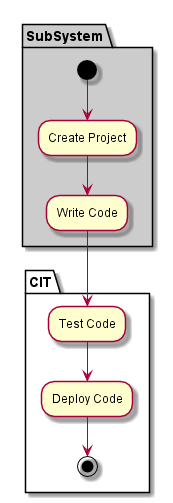
The PlantUML diagram docs/Solution/Trust-Manager/Process.png in CAADE/CloudLet, before a commit. Its diagram source:
```plantuml
@startuml

partition "CIT" {

}

partition SubSystem  #cccccc {
  (*) --> "Create Project"
  --> "Write Code"
}

partition "CIT" {
  "Write Code" --> "Test Code"
  "Test Code" --> "Deploy Code"
  "Deploy Code" --> (*)
}

@enduml
```
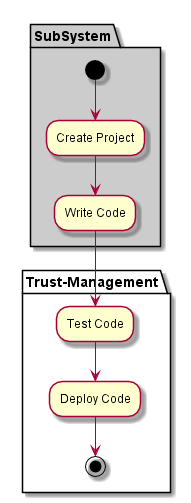
After the commit.

What changed in the source:
```diff
@@ -1,6 +1,6 @@
 @startuml
 
-partition "CIT" {
+partition "Trust-Management" {
 
 }
 
@@ -9,7 +9,7 @@
   --> "Write Code"
 }
 
-partition "CIT" {
+partition "Trust-Management" {
   "Write Code" --> "Test Code"
   "Test Code" --> "Deploy Code"
   "Deploy Code" --> (*)
```
